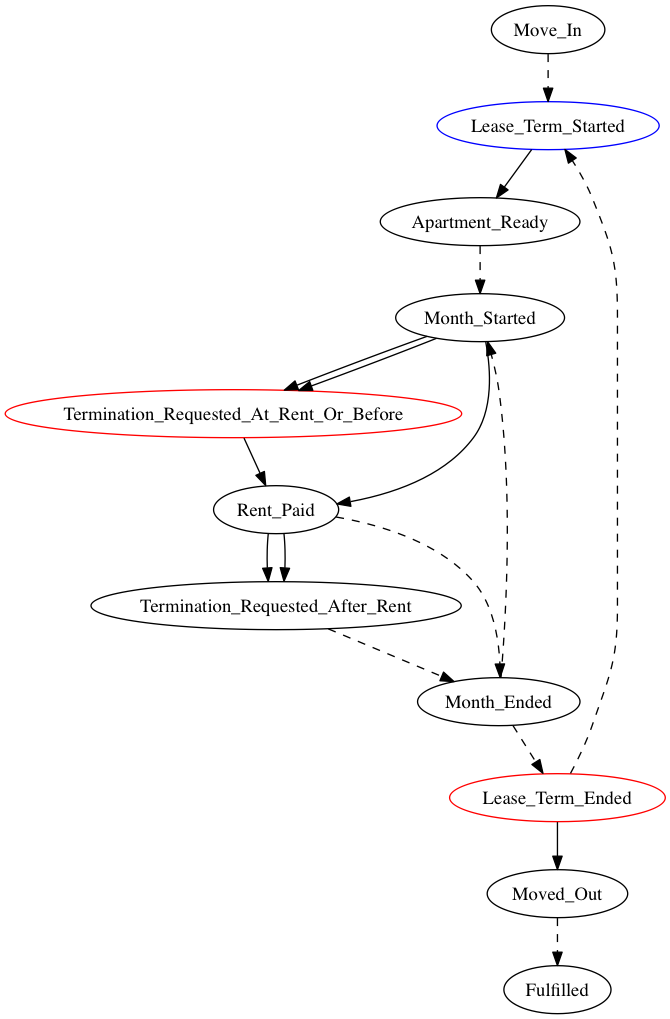
Marcao02/complaw-deeptech keeps this Graphviz diagram as linear_state_machine_language/out/hvitved_lease.png. Above is the earlier version. Its source is kept beside it as linear_state_machine_language/out/hvitved_lease.dot.
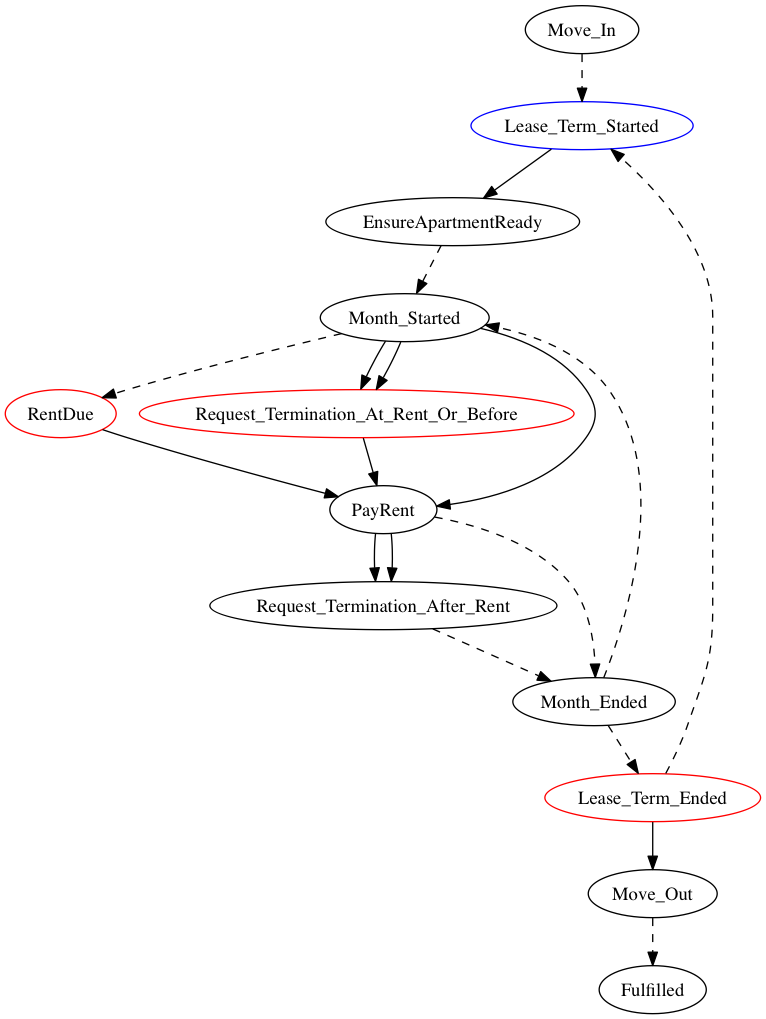
Later version of the same file.

Diff of the diagram source:
```diff
@@ -2,28 +2,31 @@
 digraph Lease_Hvitved {
 	Move_In[label=Move_In];
 	Lease_Term_Started[label=Lease_Term_Started,color=Blue];
-	Apartment_Ready[label=Apartment_Ready];
+	EnsureApartmentReady[label=EnsureApartmentReady];
 	Month_Started[label=Month_Started];
-	Termination_Requested_At_Rent_Or_Before[label=Termination_Requested_At_Rent_Or_Before,color=Red];
-	Rent_Paid[label=Rent_Paid];
-	Termination_Requested_After_Rent[label=Termination_Requested_After_Rent];
+	RentDue[label=RentDue,color=Red];
+	Request_Termination_At_Rent_Or_Before[label=Request_Termination_At_Rent_Or_Before,color=Red];
+	PayRent[label=PayRent];
+	Request_Termination_After_Rent[label=Request_Termination_After_Rent];
 	Month_Ended[label=Month_Ended];
 	Lease_Term_Ended[label=Lease_Term_Ended,color=Red];
-	Moved_Out[label=Moved_Out];
+	Move_Out[label=Move_Out];
 	Move_In -> Lease_Term_Started [style=dashed];
-	Lease_Term_Started -> Apartment_Ready;
-	Apartment_Ready -> Month_Started [style=dashed];
-	Month_Started -> Termination_Requested_At_Rent_Or_Before;
-	Month_Started -> Rent_Paid;
-	Month_Started -> Termination_Requested_At_Rent_Or_Before;
-	Termination_Requested_At_Rent_Or_Before -> Rent_Paid;
-	Rent_Paid -> Termination_Requested_After_Rent;
-	Rent_Paid -> Termination_Requested_After_Rent;
-	Rent_Paid -> Month_Ended [style=dashed];
-	Termination_Requested_After_Rent -> Month_Ended [style=dashed];
+	Lease_Term_Started -> EnsureApartmentReady;
+	EnsureApartmentReady -> Month_Started [style=dashed];
+	Month_Started -> PayRent;
+	Month_Started -> Request_Termination_At_Rent_Or_Before;
+	Month_Started -> Request_Termination_At_Rent_Or_Before;
+	Month_Started -> RentDue [style=dashed];
+	RentDue -> PayRent;
+	Request_Termination_At_Rent_Or_Before -> PayRent;
+	PayRent -> Request_Termination_After_Rent;
+	PayRent -> Request_Termination_After_Rent;
+	PayRent -> Month_Ended [style=dashed];
+	Request_Termination_After_Rent -> Month_Ended [style=dashed];
+	Month_Ended -> Month_Started [style=dashed];
 	Month_Ended -> Lease_Term_Ended [style=dashed];
-	Month_Ended -> Month_Started [style=dashed];
-	Lease_Term_Ended -> Moved_Out;
+	Lease_Term_Ended -> Move_Out;
 	Lease_Term_Ended -> Lease_Term_Started [style=dashed];
-	Moved_Out -> Fulfilled [style=dashed];
+	Move_Out -> Fulfilled [style=dashed];
 }
```
